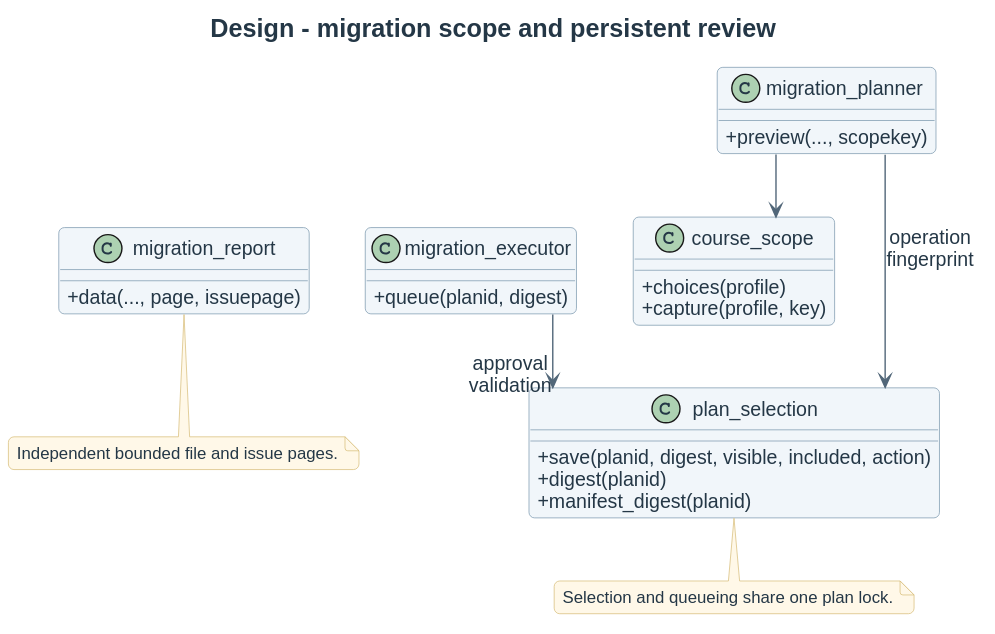
This is docs/diagrams/design/migration-review-classes.svg from didactika/moodle-local_coursefiles, a PlantUML export, as it was before one commit.
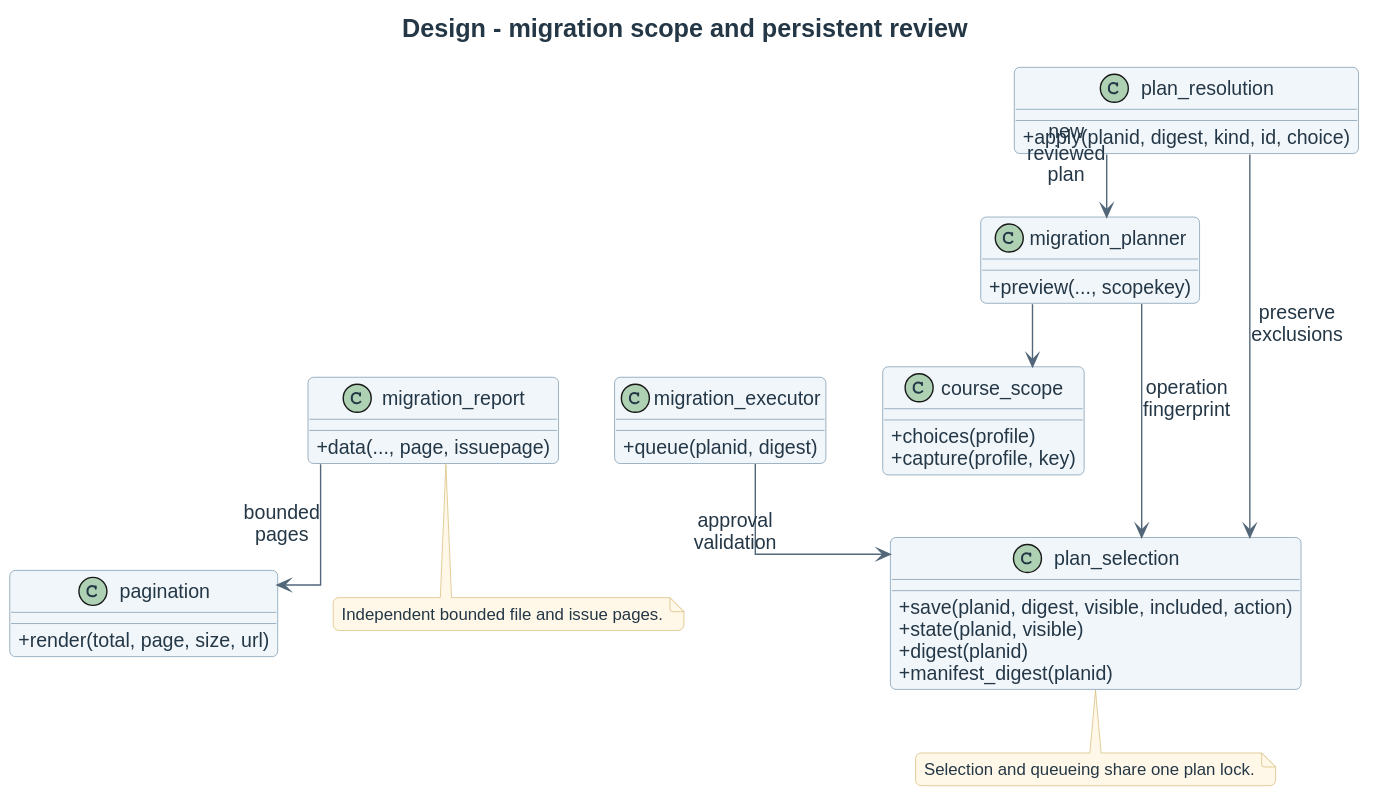
After the commit.

Change to the diagram source:
```diff
@@ -14,12 +14,22 @@
 }
 class plan_selection {
   + save(planid, digest, visible, included, action)
+  + state(planid, visible)
   + digest(planid)
   + manifest_digest(planid)
+}
+class plan_resolution {
+  + apply(planid, digest, kind, id, choice)
+}
+class pagination {
+  + render(total, page, size, url)
 }
 class migration_executor {
   + queue(planid, digest)
 }
+plan_resolution --> migration_planner : new reviewed plan
+plan_resolution --> plan_selection : preserve exclusions
+migration_report --> pagination : bounded pages
 migration_planner --> course_scope
 migration_planner --> plan_selection : operation fingerprint
 migration_executor --> plan_selection : approval validation
```
